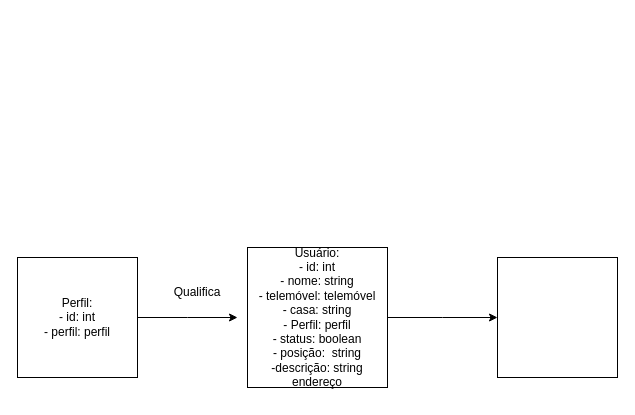
Spereira05/Spereira05 keeps this draw.io diagram as Diagrama sem nome.drawio. Above is the earlier version. Source tidied: cells renumbered, new cells numbered last; positions are measured from the earlier drawing's top-left corner, leaving out a move shared by most shapes. Both pictures are drawn from the tidied source at 100%, with x=0, y=0 at pixel (17, 247).
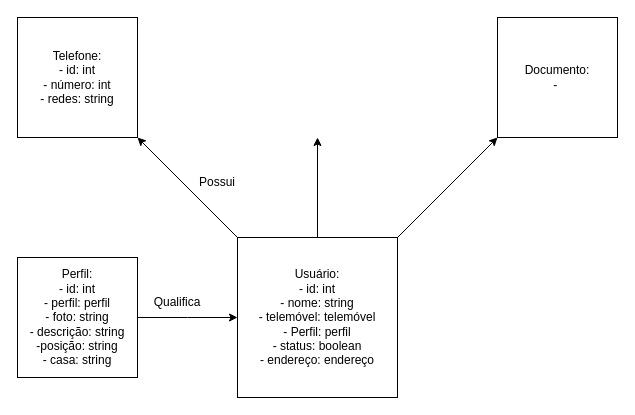
After the change.

Diff of the diagram source:
```diff
@@
 <mxGraphModel>
   <root>
     <mxCell id="0" />
     <mxCell id="1" parent="0" />
-    <mxCell id="2" style="edgeStyle=orthogonalEdgeStyle;rounded=0;jettySize=auto;html=1;" parent="1" edge="1" source="3">
-      <mxGeometry relative="1" as="geometry">
-        <mxPoint x="480" y="70" as="targetPoint" />
-      </mxGeometry>
-    </mxCell>
+    <mxCell id="8" style="edgeStyle=orthogonalEdgeStyle;rounded=0;jettySize=auto;html=1;" parent="1" edge="1" source="3">
+      <mxGeometry relative="1" as="geometry">
+        <mxPoint x="300" y="-110" as="targetPoint" />
+      </mxGeometry>
+    </mxCell>
-    <mxCell id="3" value="Usuário:&lt;div&gt;- id: int&lt;/div&gt;&lt;div&gt;- nome: string&lt;/div&gt;&lt;div&gt;- telemóvel: telemóvel&lt;/div&gt;&lt;div&gt;- casa: string&lt;/div&gt;&lt;div&gt;- Perfil: perfil&lt;/div&gt;&lt;div&gt;- status: boolean&lt;/div&gt;&lt;div&gt;- posição:&amp;nbsp; string&lt;/div&gt;&lt;div&gt;-descrição: string&lt;/div&gt;&lt;div&gt;endereço&lt;/div&gt;" style="whiteSpace=wrap;html=1;" parent="1" vertex="1">
-      <mxGeometry x="230" width="140" height="140" as="geometry" />
+    <mxCell id="3" value="Usuário:&lt;div&gt;- id: int&lt;/div&gt;&lt;div&gt;- nome: string&lt;/div&gt;&lt;div&gt;- telemóvel: telemóvel&lt;/div&gt;&lt;div&gt;&lt;span style=&quot;background-color: initial;&quot;&gt;- Perfil: perfil&lt;/span&gt;&lt;br&gt;&lt;/div&gt;&lt;div&gt;- status: boolean&lt;/div&gt;&lt;div&gt;- endereço: endereço&lt;/div&gt;" style="whiteSpace=wrap;html=1;" parent="1" vertex="1">
+      <mxGeometry x="220" y="-10" width="160" height="160" as="geometry" />
     </mxCell>
     <mxCell id="4" style="edgeStyle=orthogonalEdgeStyle;rounded=0;jettySize=auto;html=1;" parent="1" edge="1" source="5">
       <mxGeometry relative="1" as="geometry">
         <mxPoint x="220" y="70" as="targetPoint" />
       </mxGeometry>
     </mxCell>
-    <mxCell id="5" value="Perfil:&lt;div&gt;- id: int&lt;/div&gt;&lt;div&gt;- perfil: perfil&lt;/div&gt;" style="whiteSpace=wrap;html=1;" parent="1" vertex="1">
+    <mxCell id="5" value="Perfil:&lt;div&gt;- id: int&lt;/div&gt;&lt;div&gt;- perfil: perfil&lt;/div&gt;&lt;div&gt;- foto: string&lt;/div&gt;&lt;div&gt;- descrição: string&lt;/div&gt;&lt;div&gt;-posição: string&lt;/div&gt;&lt;div&gt;- casa: string&lt;/div&gt;" style="whiteSpace=wrap;html=1;" parent="1" vertex="1">
       <mxGeometry y="10" width="120" height="120" as="geometry" />
     </mxCell>
-    <mxCell id="6" style="whiteSpace=wrap;html=1;" parent="1" vertex="1">
-      <mxGeometry x="480" y="10" width="120" height="120" as="geometry" />
-    </mxCell>
     <mxCell id="7" value="Qualifica" style="text;html=1;align=center;verticalAlign=middle;whiteSpace=wrap;rounded=0;" parent="1" vertex="1">
-      <mxGeometry x="150" y="30" width="60" height="30" as="geometry" />
+      <mxGeometry x="130" y="40" width="60" height="30" as="geometry" />
     </mxCell>
+    <mxCell id="9" style="endArrow=classic;html=1;rounded=0;exitX=0;exitY=0;exitDx=0;exitDy=0;" parent="1" edge="1" source="3">
+      <mxGeometry relative="1" as="geometry">
+        <mxPoint x="120" y="-110" as="targetPoint" />
+      </mxGeometry>
+    </mxCell>
+    <mxCell id="10" value="Telefone:&lt;div&gt;- id: int&lt;/div&gt;&lt;div&gt;- número: int&lt;/div&gt;&lt;div&gt;- redes: string&lt;/div&gt;" style="whiteSpace=wrap;html=1;" parent="1" vertex="1">
+      <mxGeometry y="-230" width="120" height="120" as="geometry" />
+    </mxCell>
+    <mxCell id="11" value="Possui" style="text;html=1;align=center;verticalAlign=middle;whiteSpace=wrap;rounded=0;" parent="1" vertex="1">
+      <mxGeometry x="170" y="-80" width="60" height="30" as="geometry" />
+    </mxCell>
+    <mxCell id="12" style="endArrow=classic;html=1;rounded=0;exitX=1;exitY=0;exitDx=0;exitDy=0;" parent="1" edge="1" source="3">
+      <mxGeometry relative="1" as="geometry">
+        <mxPoint x="480" y="-110" as="targetPoint" />
+      </mxGeometry>
+    </mxCell>
+    <mxCell id="13" value="Documento:&lt;div&gt;-&amp;nbsp;&lt;/div&gt;" style="whiteSpace=wrap;html=1;" parent="1" vertex="1">
+      <mxGeometry x="480" y="-230" width="120" height="120" as="geometry" />
+    </mxCell>
   </root>
 </mxGraphModel>
```
